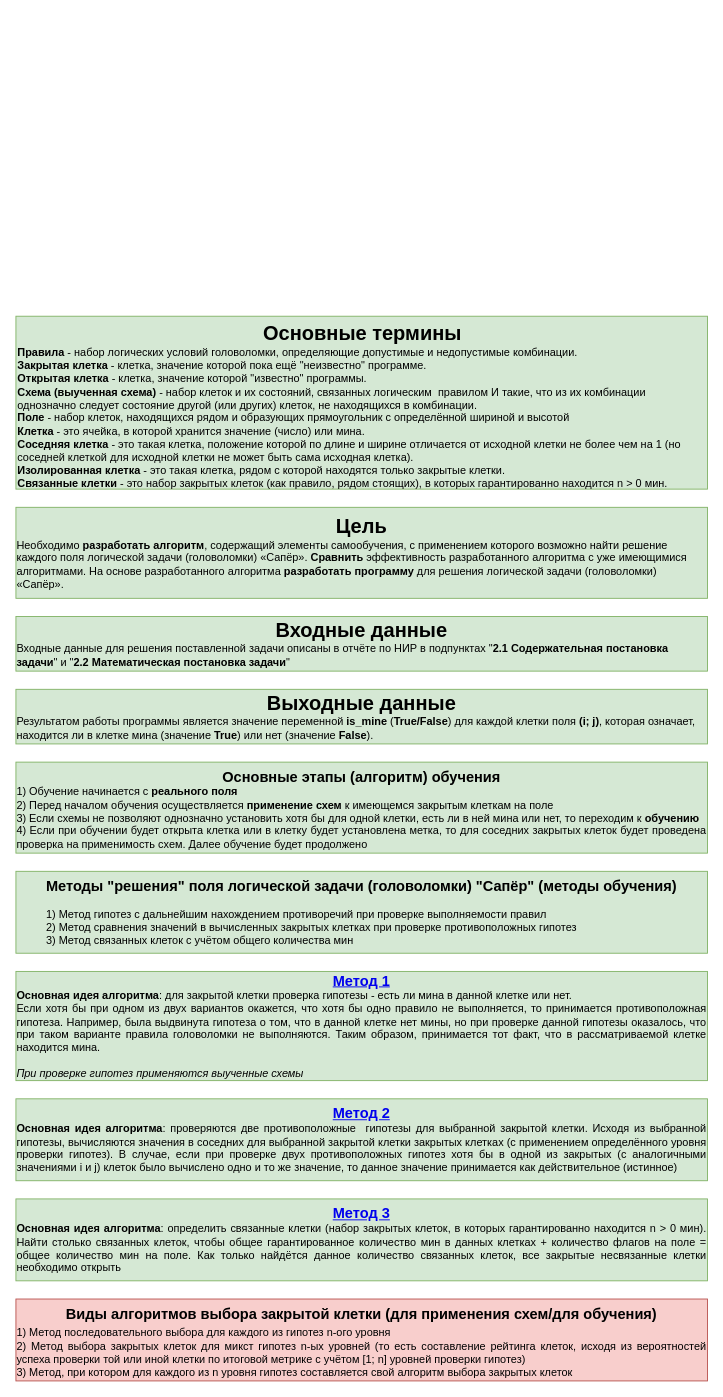
This is page "Основные данные" (2 of 12) of docs/Сапёр. Описание работы.drawio from xex238/Diploma_2022, a draw.io file, before an edit. Source tidied: cells renumbered, new cells numbered last; positions are measured from the earlier drawing's top-left corner, leaving out a move shared by most shapes. Both pictures are drawn from the tidied source at 91%, with x=0, y=0 at pixel (15, 316).
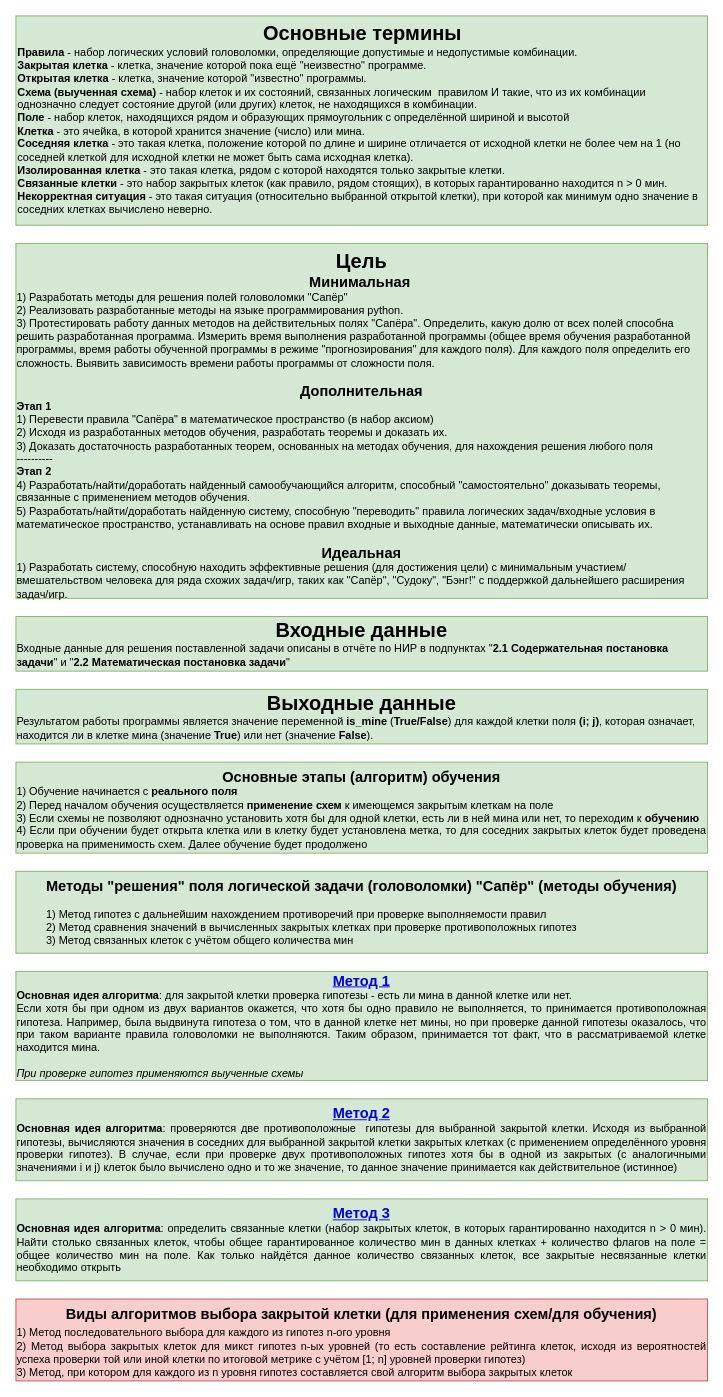
Above is the later version.

Commit message (it also covers changes not shown here):
Обновлены основные термины и цель на вкладке Основные данные

Change to the diagram source:
```diff
@@
 <mxGraphModel>
   <root>
     <mxCell id="0" />
     <mxCell id="1" parent="0" />
-    <mxCell id="2" value="&lt;div style=&quot;text-align: center&quot;&gt;&lt;span&gt;&lt;font style=&quot;font-size: 22px&quot;&gt;&lt;b&gt;Основные термины&lt;/b&gt;&lt;/font&gt;&lt;/span&gt;&lt;/div&gt;&lt;b&gt;Правила&lt;/b&gt; - набор логических условий головоломки, определяющие допустимые и недопустимые комбинации.&lt;br&gt;&lt;b&gt;Закрытая клетка&lt;/b&gt; - клетка, значение которой пока ещё &quot;неизвестно&quot; программе.&lt;br&gt;&lt;b&gt;Открытая клетка&lt;/b&gt; - клетка, значение которой &quot;известно&quot; программы.&lt;br&gt;&lt;b&gt;Схема (выученная схема)&lt;/b&gt; - набор клеток и их состояний, связанных логическим&amp;nbsp; правилом И такие, что из их комбинации однозначно следует состояние другой (или других) клеток, не находящихся в комбинации.&lt;br&gt;&lt;b&gt;Поле&lt;/b&gt; - набор клеток, находящихся рядом и образующих прямоугольник с определённой шириной и высотой&lt;br&gt;&lt;b&gt;Клетка&lt;/b&gt; - это ячейка, в которой хранится значение (число) или мина.&lt;br&gt;&lt;b&gt;Соседняя клетка&lt;/b&gt; - это такая клетка, положение которой по длине и ширине отличается от исходной клетки не более чем на 1 (но соседней клеткой для исходной клетки не может быть сама исходная клетка).&lt;br&gt;&lt;b&gt;Изолированная клетка&lt;/b&gt; - это такая клетка, рядом с которой находятся только закрытые клетки.&lt;br&gt;&lt;b&gt;Связанные клетки&lt;/b&gt; - это набор закрытых клеток (как правило, рядом стоящих), в которых гарантированно находится n &amp;gt; 0 мин." style="text;html=1;align=left;verticalAlign=top;whiteSpace=wrap;rounded=0;fillColor=#d5e8d4;strokeColor=#82b366;" parent="1" vertex="1">
-      <mxGeometry width="760" height="190" as="geometry" />
+    <mxCell id="2" value="&lt;div style=&quot;text-align: center&quot;&gt;&lt;span&gt;&lt;font style=&quot;font-size: 22px&quot;&gt;&lt;b&gt;Основные термины&lt;/b&gt;&lt;/font&gt;&lt;/span&gt;&lt;/div&gt;&lt;b&gt;Правила&lt;/b&gt; - набор логических условий головоломки, определяющие допустимые и недопустимые комбинации.&lt;br&gt;&lt;b&gt;Закрытая клетка&lt;/b&gt; - клетка, значение которой пока ещё &quot;неизвестно&quot; программе.&lt;br&gt;&lt;b&gt;Открытая клетка&lt;/b&gt; - клетка, значение которой &quot;известно&quot; программы.&lt;br&gt;&lt;b&gt;Схема (выученная схема)&lt;/b&gt; - набор клеток и их состояний, связанных логическим&amp;nbsp; правилом И такие, что из их комбинации однозначно следует состояние другой (или других) клеток, не находящихся в комбинации.&lt;br&gt;&lt;b&gt;Поле&lt;/b&gt; - набор клеток, находящихся рядом и образующих прямоугольник с определённой шириной и высотой&lt;br&gt;&lt;b&gt;Клетка&lt;/b&gt; - это ячейка, в которой хранится значение (число) или мина.&lt;br&gt;&lt;b&gt;Соседняя клетка&lt;/b&gt; - это такая клетка, положение которой по длине и ширине отличается от исходной клетки не более чем на 1 (но соседней клеткой для исходной клетки не может быть сама исходная клетка).&lt;br&gt;&lt;b&gt;Изолированная клетка&lt;/b&gt; - это такая клетка, рядом с которой находятся только закрытые клетки.&lt;br&gt;&lt;b&gt;Связанные клетки&lt;/b&gt; - это набор закрытых клеток (как правило, рядом стоящих), в которых гарантированно находится n &amp;gt; 0 мин.&lt;br&gt;&lt;b&gt;Некорректная ситуация&lt;/b&gt; - это такая ситуация (относительно выбранной открытой клетки), при которой как минимум одно значение в соседних клетках вычислено неверно." style="text;html=1;align=left;verticalAlign=top;whiteSpace=wrap;rounded=0;fillColor=#d5e8d4;strokeColor=#82b366;" parent="1" vertex="1">
+      <mxGeometry y="-330" width="760" height="230" as="geometry" />
     </mxCell>
-    <mxCell id="3" value="&lt;b style=&quot;font-size: 22px&quot;&gt;Цель&lt;/b&gt;&lt;br&gt;&lt;div style=&quot;text-align: left&quot;&gt;Необходимо&amp;nbsp;&lt;b&gt;разработать алгоритм&lt;/b&gt;, содержащий элементы самообучения, с применением которого возможно найти решение каждого поля логической задачи (головоломки) «Сапёр». &lt;b&gt;Сравнить&lt;/b&gt; эффективность разработанного алгоритма с уже имеющимися алгоритмами. На основе разработанного алгоритма &lt;b&gt;разработать программу&lt;/b&gt; для решения логической задачи (головоломки) «Сапёр».&lt;br&gt;&lt;/div&gt;" style="text;html=1;strokeColor=#82b366;fillColor=#d5e8d4;align=center;verticalAlign=middle;whiteSpace=wrap;rounded=0;" parent="1" vertex="1">
-      <mxGeometry y="210" width="760" height="100" as="geometry" />
+    <mxCell id="3" value="&lt;b style=&quot;font-size: 22px&quot;&gt;Цель&lt;/b&gt;&lt;br&gt;&lt;div&gt;&lt;font size=&quot;1&quot;&gt;&lt;b style=&quot;font-size: 16px&quot;&gt;Минимальная&lt;/b&gt;&lt;/font&gt;&lt;span style=&quot;font-size: 13px&quot;&gt;&amp;nbsp;&lt;/span&gt;&lt;/div&gt;&lt;div style=&quot;text-align: left&quot;&gt;1) Разработать методы для решения полей головоломки &quot;Сапёр&quot;&lt;/div&gt;&lt;div style=&quot;text-align: left&quot;&gt;2) Реализовать разработанные методы на языке программирования python.&lt;/div&gt;&lt;div style=&quot;text-align: left&quot;&gt;3) Протестировать работу данных методов на действительных полях &quot;Сапёра&quot;. Определить, какую долю от всех полей способна решить разработанная программа. Измерить время выполнения разработанной программы (общее время обучения разработанной программы, время работы обученной программы в режиме &quot;прогнозирования&quot; для каждого поля). Для каждого поля определить его сложность. Выявить зависимость времени работы программы от сложности поля.&lt;/div&gt;&lt;div style=&quot;text-align: left&quot;&gt;&lt;br&gt;&lt;/div&gt;&lt;div&gt;&lt;b&gt;&lt;font style=&quot;font-size: 16px&quot;&gt;Дополнительная&lt;/font&gt;&lt;/b&gt;&lt;/div&gt;&lt;div style=&quot;text-align: left&quot;&gt;&lt;b&gt;Этап 1&lt;/b&gt;&lt;/div&gt;&lt;div style=&quot;text-align: left&quot;&gt;1) Перевести правила &quot;Сапёра&quot; в математическое пространство (в набор аксиом)&lt;/div&gt;&lt;div style=&quot;text-align: left&quot;&gt;2) Исходя из разработанных методов обучения, разработать теоремы и доказать их.&lt;/div&gt;&lt;div style=&quot;text-align: left&quot;&gt;3) Доказать достаточность разработанных теорем, основанных на методах обучения, для нахождения решения любого поля&lt;/div&gt;&lt;div style=&quot;text-align: left&quot;&gt;----------&lt;/div&gt;&lt;div style=&quot;text-align: left&quot;&gt;&lt;b&gt;Этап 2&lt;/b&gt;&lt;/div&gt;&lt;div style=&quot;text-align: left&quot;&gt;4) Разработать/найти/доработать найденный самообучающийся алгоритм, способный &quot;самостоятельно&quot; доказывать теоремы, связанные с применением методов обучения.&lt;/div&gt;&lt;div style=&quot;text-align: left&quot;&gt;5) Разработать/найти/доработать найденную систему, способную &quot;переводить&quot; правила логических задач/входные условия в математическое пространство, устанавливать на основе правил входные и выходные данные, математически описывать их.&lt;/div&gt;&lt;div style=&quot;text-align: left&quot;&gt;&lt;br&gt;&lt;/div&gt;&lt;div&gt;&lt;b&gt;&lt;font style=&quot;font-size: 16px&quot;&gt;Идеальная&lt;/font&gt;&lt;/b&gt;&lt;/div&gt;&lt;div style=&quot;text-align: left&quot;&gt;1) Разработать систему, способную находить эффективные решения (для достижения цели) с минимальным участием/вмешательством человека для ряда схожих задач/игр, таких как &quot;Сапёр&quot;, &quot;Судоку&quot;, &quot;Бэнг!&quot; с поддержкой дальнейшего расширения задач/игр.&lt;/div&gt;" style="text;html=1;strokeColor=#82b366;fillColor=#d5e8d4;align=center;verticalAlign=top;whiteSpace=wrap;rounded=0;" parent="1" vertex="1">
+      <mxGeometry y="-80" width="760" height="390" as="geometry" />
     </mxCell>
     <mxCell id="4" value="&lt;b&gt;&lt;font style=&quot;font-size: 22px&quot;&gt;Входные данные&lt;/font&gt;&lt;/b&gt;&lt;br&gt;&lt;div style=&quot;text-align: left&quot;&gt;Входные данные для решения поставленной задачи описаны в отчёте по НИР в подпунктах &quot;&lt;b&gt;2.1 Содержательная постановка задачи&lt;/b&gt;&quot; и &quot;&lt;b&gt;2.2 Математическая постановка задачи&lt;/b&gt;&quot;&lt;/div&gt;" style="text;html=1;strokeColor=#82b366;fillColor=#d5e8d4;align=center;verticalAlign=middle;whiteSpace=wrap;rounded=0;" parent="1" vertex="1">
       <mxGeometry y="330" width="760" height="60" as="geometry" />
     </mxCell>
     <mxCell id="5" value="&lt;b&gt;&lt;font style=&quot;font-size: 22px&quot;&gt;Выходные данные&lt;/font&gt;&lt;/b&gt;&lt;br&gt;&lt;div style=&quot;text-align: left&quot;&gt;Результатом работы программы является значение переменной &lt;b&gt;is_mine&lt;/b&gt; (&lt;b&gt;True/False&lt;/b&gt;) для каждой клетки поля &lt;b&gt;(i; j)&lt;/b&gt;, которая означает, находится ли в клетке мина (значение &lt;b&gt;True&lt;/b&gt;) или нет (значение &lt;b&gt;False&lt;/b&gt;).&lt;/div&gt;" style="text;html=1;strokeColor=#82b366;fillColor=#d5e8d4;align=center;verticalAlign=middle;whiteSpace=wrap;rounded=0;" parent="1" vertex="1">
       <mxGeometry y="410" width="760" height="60" as="geometry" />
     </mxCell>
     <mxCell id="6" value="&lt;font style=&quot;font-size: 16px&quot;&gt;&lt;b&gt;Основные этапы (алгоритм) обучения&lt;/b&gt;&lt;/font&gt;&lt;br&gt;&lt;div style=&quot;text-align: justify&quot;&gt;1) Обучение начинается с&amp;nbsp;&lt;b&gt;реального поля&lt;/b&gt;&lt;/div&gt;&lt;div style=&quot;text-align: justify&quot;&gt;2) Перед началом обучения осуществляется&amp;nbsp;&lt;b&gt;применение схем&lt;/b&gt;&amp;nbsp;к имеющемся закрытым клеткам на поле&lt;/div&gt;&lt;div style=&quot;text-align: justify&quot;&gt;3) Если схемы не позволяют однозначно установить хотя бы для одной клетки, есть ли в ней мина или нет, то переходим к&amp;nbsp;&lt;b&gt;обучению&lt;/b&gt;&lt;/div&gt;&lt;div style=&quot;text-align: justify&quot;&gt;4) Если при обучении будет открыта клетка или в клетку будет установлена метка, то для соседних закрытых клеток будет проведена проверка на применимость схем. Далее обучение будет продолжено&lt;/div&gt;" style="text;html=1;strokeColor=#82b366;fillColor=#d5e8d4;align=center;verticalAlign=top;whiteSpace=wrap;rounded=0;" parent="1" vertex="1">
       <mxGeometry y="490" width="760" height="100" as="geometry" />
     </mxCell>
     <mxCell id="7" value="&lt;b style=&quot;font-size: 16px&quot;&gt;Методы &quot;решения&quot; поля логической задачи (головоломки) &quot;Сапёр&quot; (методы обучения)&lt;/b&gt;&lt;br&gt;&lt;div style=&quot;text-align: left&quot;&gt;&lt;br&gt;&lt;/div&gt;&lt;div style=&quot;text-align: left&quot;&gt;1) Метод гипотез с дальнейшим нахождением противоречий при проверке выполняемости правил&lt;/div&gt;&lt;div style=&quot;text-align: left&quot;&gt;2) Метод сравнения значений в вычисленных закрытых клетках при проверке противоположных гипотез&lt;/div&gt;&lt;div style=&quot;text-align: left&quot;&gt;3) Метод связанных клеток с учётом общего количества мин&lt;/div&gt;" style="text;html=1;strokeColor=#82b366;fillColor=#d5e8d4;align=center;verticalAlign=top;whiteSpace=wrap;rounded=0;" parent="1" vertex="1">
       <mxGeometry y="610" width="760" height="90" as="geometry" />
     </mxCell>
     <mxCell id="8" value="&lt;div&gt;&lt;b&gt;&lt;font style=&quot;font-size: 16px&quot;&gt;&lt;a href=&quot;data:page/id,lBLYAwubt_yJ_cDXia77&quot;&gt;Метод 1&lt;/a&gt;&lt;/font&gt;&lt;/b&gt;&lt;/div&gt;&lt;div style=&quot;text-align: justify&quot;&gt;&lt;b&gt;Основная идея алгоритма&lt;/b&gt;: для закрытой клетки проверка гипотезы - есть ли мина в данной клетке или нет.&lt;/div&gt;&lt;div style=&quot;text-align: justify&quot;&gt;Если хотя бы при одном из двух вариантов окажется, что хотя бы одно правило не выполняется, то принимается противоположная гипотеза. Например, была выдвинута гипотеза о том, что в данной клетке нет мины, но при проверке данной гипотезы оказалось, что при таком варианте правила головоломки не выполняются. Таким образом, принимается тот факт, что в рассматриваемой клетке находится мина.&lt;/div&gt;&lt;div style=&quot;text-align: justify&quot;&gt;&lt;br&gt;&lt;/div&gt;&lt;div style=&quot;text-align: justify&quot;&gt;&lt;i&gt;При проверке гипотез применяются выученные схемы&lt;/i&gt;&lt;/div&gt;" style="text;html=1;strokeColor=#82b366;fillColor=#d5e8d4;align=center;verticalAlign=middle;whiteSpace=wrap;rounded=0;" parent="1" vertex="1">
       <mxGeometry y="720" width="760" height="120" as="geometry" />
     </mxCell>
     <mxCell id="9" value="&lt;b&gt;&lt;font style=&quot;font-size: 16px&quot;&gt;&lt;a href=&quot;data:page/id,VxxJrJxzwF6EyF60WCGu&quot;&gt;Метод 2&lt;/a&gt;&lt;/font&gt;&lt;/b&gt;&lt;br&gt;&lt;div style=&quot;text-align: justify&quot;&gt;&lt;b&gt;Основная идея алгоритма&lt;/b&gt;: проверяются две противоположные&amp;nbsp; гипотезы для выбранной закрытой клетки. Исходя из выбранной гипотезы, вычисляются значения в соседних для выбранной закрытой клетки закрытых клетках (с применением определённого уровня проверки гипотез). В случае, если при проверке двух противоположных гипотез хотя бы в одной из закрытых (с аналогичными значениями i и j) клеток было вычислено одно и то же значение, то данное значение принимается как действительное (истинное)&lt;/div&gt;" style="text;html=1;strokeColor=#82b366;fillColor=#d5e8d4;align=center;verticalAlign=top;whiteSpace=wrap;rounded=0;" parent="1" vertex="1">
       <mxGeometry y="860" width="760" height="90" as="geometry" />
     </mxCell>
     <mxCell id="10" value="&lt;b&gt;&lt;font style=&quot;font-size: 16px&quot;&gt;&lt;a href=&quot;data:page/id,YfBf28iRcF_CujNrgWZi&quot;&gt;Метод 3&lt;/a&gt;&lt;/font&gt;&lt;/b&gt;&lt;br&gt;&lt;div style=&quot;text-align: justify&quot;&gt;&lt;b&gt;Основная идея алгоритма&lt;/b&gt;: определить связанные клетки (набор закрытых клеток, в которых гарантированно находится n &amp;gt; 0 мин). Найти столько связанных клеток, чтобы общее гарантированное количество мин в данных клетках + количество флагов на поле = общее количество мин на поле. Как только найдётся данное количество связанных клеток, все закрытые несвязанные клетки необходимо открыть&lt;/div&gt;" style="text;html=1;strokeColor=#82b366;fillColor=#d5e8d4;align=center;verticalAlign=top;whiteSpace=wrap;rounded=0;" parent="1" vertex="1">
       <mxGeometry y="970" width="760" height="90" as="geometry" />
     </mxCell>
     <mxCell id="11" value="&lt;b style=&quot;font-size: 16px&quot;&gt;Виды алгоритмов выбора закрытой клетки (для применения схем/для обучения)&lt;br&gt;&lt;div style=&quot;text-align: justify&quot;&gt;&lt;span style=&quot;font-size: 12px ; font-weight: normal&quot;&gt;1) Метод последовательного выбора для каждого из гипотез n-ого уровня&lt;/span&gt;&lt;/div&gt;&lt;/b&gt;&lt;div style=&quot;text-align: justify&quot;&gt;2) Метод выбора закрытых клеток для микст гипотез n-ых уровней (то есть составление рейтинга клеток, исходя из вероятностей успеха проверки той или иной клетки по итоговой метрике с учётом [1; n] уровней проверки гипотез)&lt;/div&gt;&lt;div style=&quot;text-align: justify&quot;&gt;3) Метод, при котором для каждого из n уровня гипотез составляется свой алгоритм выбора закрытых клеток&lt;/div&gt;" style="text;html=1;strokeColor=#b85450;fillColor=#f8cecc;align=center;verticalAlign=top;whiteSpace=wrap;rounded=0;" parent="1" vertex="1">
       <mxGeometry y="1080" width="760" height="90" as="geometry" />
     </mxCell>
   </root>
 </mxGraphModel>
```
